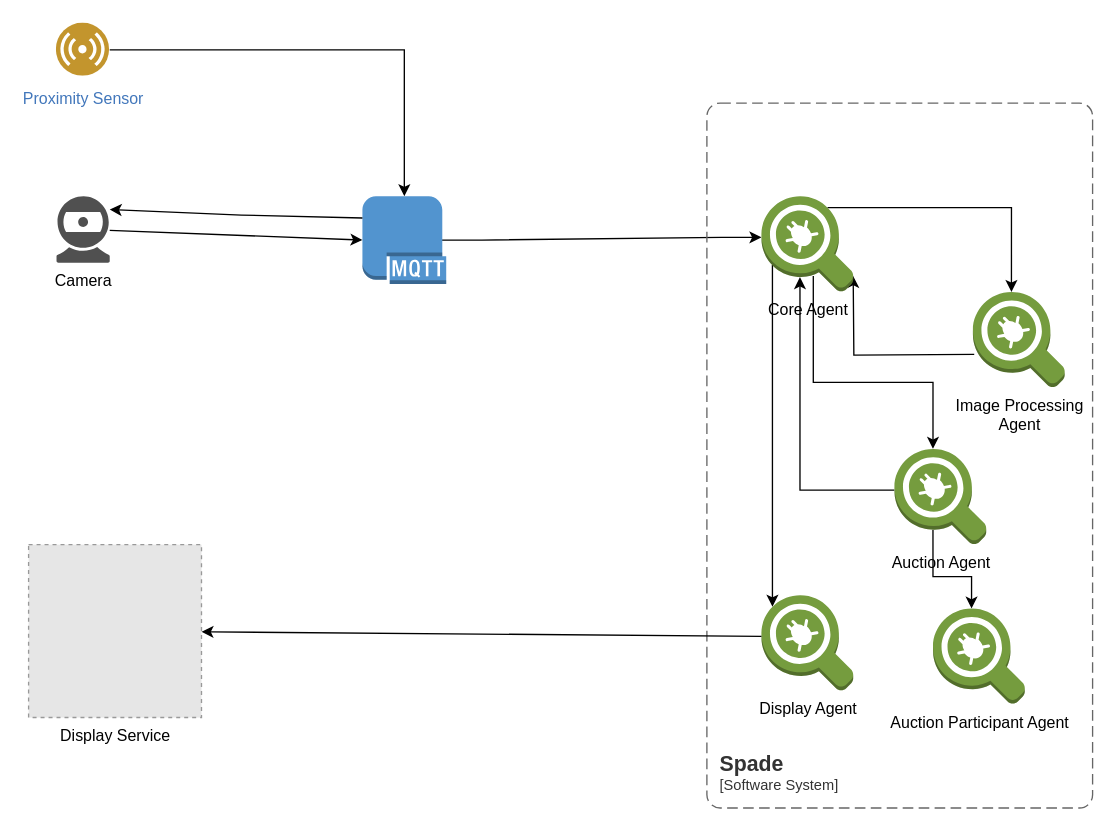
Before: indoormedia.drawio in Summorox/Indoor-Media-Advertisements-through-Facial-Recognition-, a draw.io diagram. Source tidied: cells renumbered, new cells numbered last; positions are measured from the earlier drawing's top-left corner, leaving out a move shared by most shapes. Both pictures are drawn from the tidied source at 133%, with x=0, y=0 at pixel (28, 23). Pictures stored in the file or linked from it are replaced by grey dashed boxes.
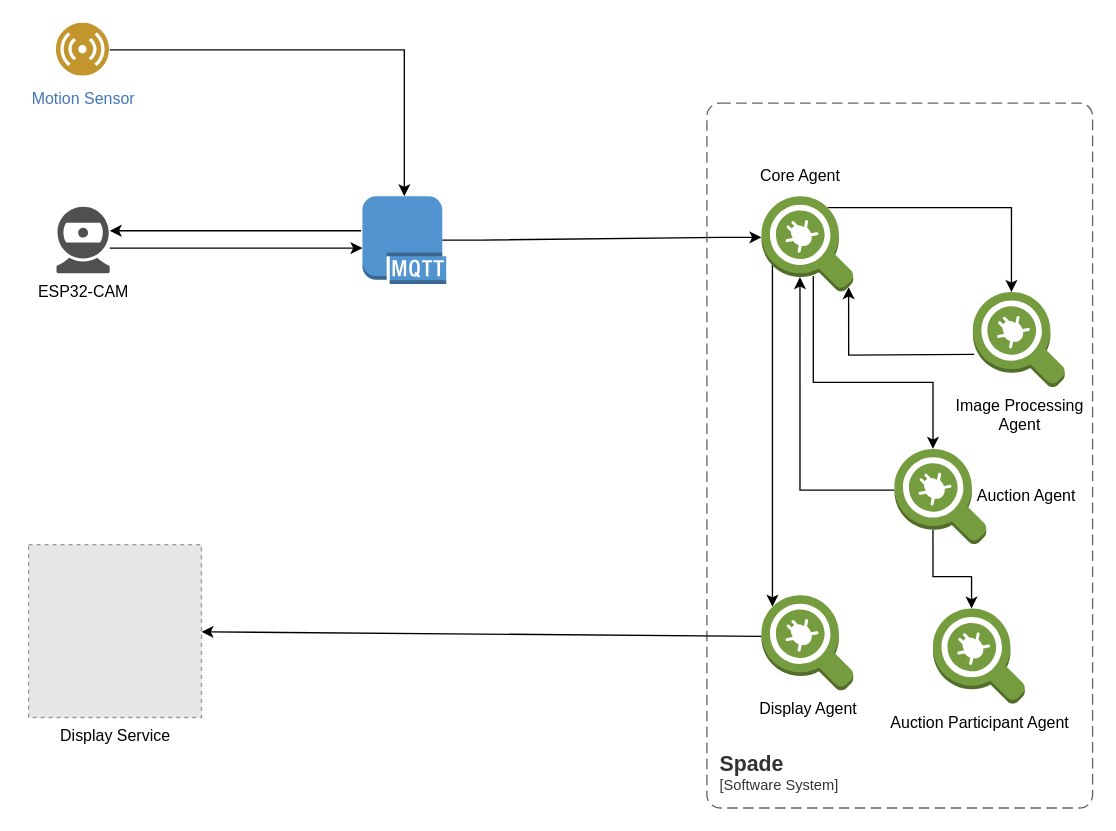
The same page after the edit.

The change refers to these unchanged cells:
```xml
<mxCell id="15" style="outlineConnect=0;dashed=0;verticalLabelPosition=bottom;verticalAlign=top;align=center;html=1;shape=mxgraph.aws3.mqtt_protocol;fillColor=#5294CF;gradientColor=none;" parent="1" vertex="1">
  <mxGeometry x="251" y="130" width="63" height="66" as="geometry" />
</mxCell>
```

The edit, as a diff of the source:
```diff
@@
-    <mxCell id="2" value="Camera" style="sketch=0;shadow=0;dashed=0;html=1;strokeColor=none;fillColor=#505050;labelPosition=center;verticalLabelPosition=bottom;verticalAlign=top;outlineConnect=0;align=center;shape=mxgraph.office.devices.webcam;" parent="1" vertex="1">
-      <mxGeometry x="21" y="130" width="40" height="50" as="geometry" />
+    <mxCell id="2" value="ESP32-CAM" style="sketch=0;shadow=0;dashed=0;html=1;strokeColor=none;fillColor=#505050;labelPosition=center;verticalLabelPosition=bottom;verticalAlign=top;outlineConnect=0;align=center;shape=mxgraph.office.devices.webcam;" parent="1" vertex="1">
+      <mxGeometry x="21" y="138" width="40" height="50" as="geometry" />
     </mxCell>
@@
-    <mxCell id="5" value="Proximity Sensor" style="image;perimeter=ellipsePerimeter;html=1;align=center;shadow=0;dashed=0;fontColor=#4277BB;labelBackgroundColor=default;fontSize=12;spacingTop=3;image=img/lib/ibm/users/sensor.svg;" parent="1" vertex="1">
+    <mxCell id="5" value="Motion Sensor" style="image;perimeter=ellipsePerimeter;html=1;align=center;shadow=0;dashed=0;fontColor=#4277BB;labelBackgroundColor=default;fontSize=12;spacingTop=3;image=img/lib/ibm/users/sensor.svg;" parent="1" vertex="1">
       <mxGeometry x="21" width="40" height="40" as="geometry" />
     </mxCell>
@@
-    <mxCell id="7" style="edgeStyle=orthogonalEdgeStyle;rounded=0;orthogonalLoop=1;jettySize=auto;html=1;exitX=0;exitY=0.43;exitDx=0;exitDy=0;exitPerimeter=0;" parent="1" edge="1">
+    <mxCell id="7" style="edgeStyle=orthogonalEdgeStyle;rounded=0;jettySize=auto;html=1;exitX=0;exitY=0.43;exitDx=0;exitDy=0;exitPerimeter=0;entryX=0.95;entryY=0.95;entryDx=0;entryDy=0;entryPerimeter=0;" parent="1" edge="1" target="14">
       <mxGeometry relative="1" as="geometry">
         <mxPoint x="711" y="249" as="sourcePoint" />
-        <mxPoint x="620" y="190" as="targetPoint" />
       </mxGeometry>
     </mxCell>
@@
-    <mxCell id="14" value="Core Agent" style="outlineConnect=0;dashed=0;verticalLabelPosition=bottom;verticalAlign=top;align=center;html=1;shape=mxgraph.aws3.agent;fillColor=#759C3E;gradientColor=none;" parent="1" vertex="1">
+    <mxCell id="14" style="outlineConnect=0;dashed=0;verticalLabelPosition=bottom;verticalAlign=top;align=center;html=1;shape=mxgraph.aws3.agent;fillColor=#759C3E;gradientColor=none;" parent="1" vertex="1">
       <mxGeometry x="551" y="130" width="69" height="72" as="geometry" />
     </mxCell>
@@
-    <mxCell id="18" value="Auction Agent" style="outlineConnect=0;dashed=0;verticalLabelPosition=bottom;verticalAlign=top;align=center;html=1;shape=mxgraph.aws3.agent;fillColor=#759C3E;gradientColor=none;" parent="1" vertex="1">
+    <mxCell id="18" style="outlineConnect=0;dashed=0;verticalLabelPosition=bottom;verticalAlign=top;align=center;html=1;shape=mxgraph.aws3.agent;fillColor=#759C3E;gradientColor=none;" parent="1" vertex="1">
       <mxGeometry x="651" y="320" width="69" height="72" as="geometry" />
     </mxCell>
@@
-    <mxCell id="20" style="endArrow=classic;html=1;rounded=0;" parent="1" edge="1">
-      <mxGeometry relative="1" as="geometry">
-        <mxPoint x="251" y="146.4" as="sourcePoint" />
-        <mxPoint x="61" y="140" as="targetPoint" />
-        <Array as="points">
-          <mxPoint x="160" y="144.2" />
-        </Array>
-      </mxGeometry>
-    </mxCell>
-    <mxCell id="21" style="endArrow=classic;html=1;rounded=0;entryX=0;entryY=0.5;entryDx=0;entryDy=0;entryPerimeter=0;" parent="1" edge="1" source="2" target="15">
-      <mxGeometry relative="1" as="geometry" />
+    <mxCell id="21" style="endArrow=classic;html=1;rounded=0;entryX=0;entryY=0.5;entryDx=0;entryDy=0;entryPerimeter=0;" parent="1" edge="1">
+      <mxGeometry relative="1" as="geometry">
+        <mxPoint x="61" y="169" as="sourcePoint" />
+        <mxPoint x="251" y="169" as="targetPoint" />
+      </mxGeometry>
     </mxCell>
@@
+    <mxCell id="23" value="Core Agent" style="text;html=1;align=center;verticalAlign=middle;strokeColor=none;fillColor=none;" parent="1" vertex="1">
+      <mxGeometry x="540" y="100" width="80" height="30" as="geometry" />
+    </mxCell>
+    <mxCell id="24" style="endArrow=classic;html=1;rounded=0;" parent="1" edge="1">
+      <mxGeometry relative="1" as="geometry">
+        <mxPoint x="250" y="156" as="sourcePoint" />
+        <mxPoint x="61" y="156" as="targetPoint" />
+      </mxGeometry>
+    </mxCell>
+    <mxCell id="25" value="Auction Agent" style="text;html=1;align=center;verticalAlign=middle;strokeColor=none;fillColor=none;" parent="1" vertex="1">
+      <mxGeometry x="700" y="341" width="100" height="30" as="geometry" />
+    </mxCell>
```
